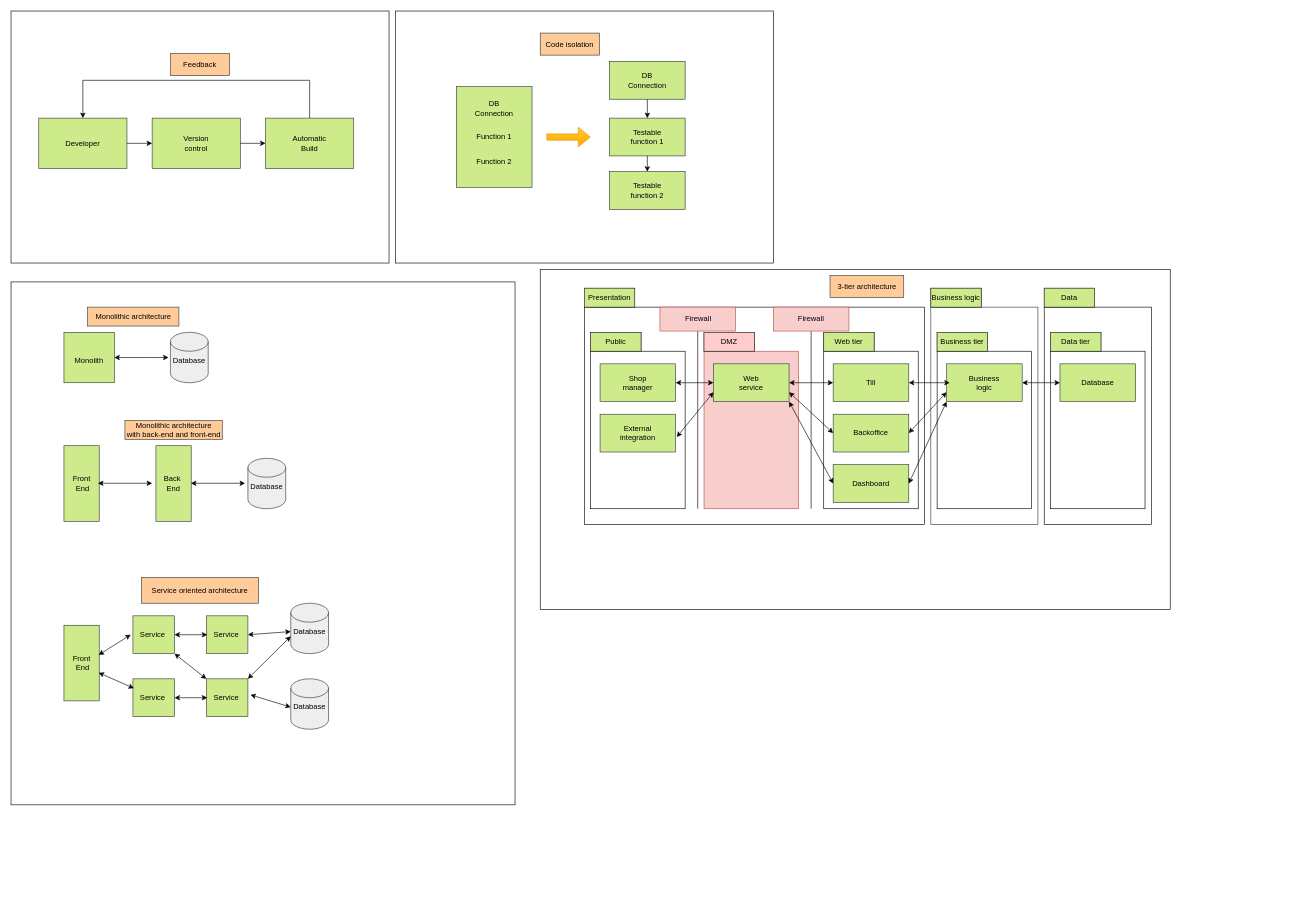
This is Oppari/OppariKuvat.drawio from Tukkapollo/CBEMasterProgram, a draw.io file, before an edit. Source tidied: cells renumbered, new cells numbered last; positions are measured from the earlier drawing's top-left corner, leaving out a move shared by most shapes. Both pictures are drawn from the tidied source at 63%, with x=0, y=0 at pixel (11, 11).
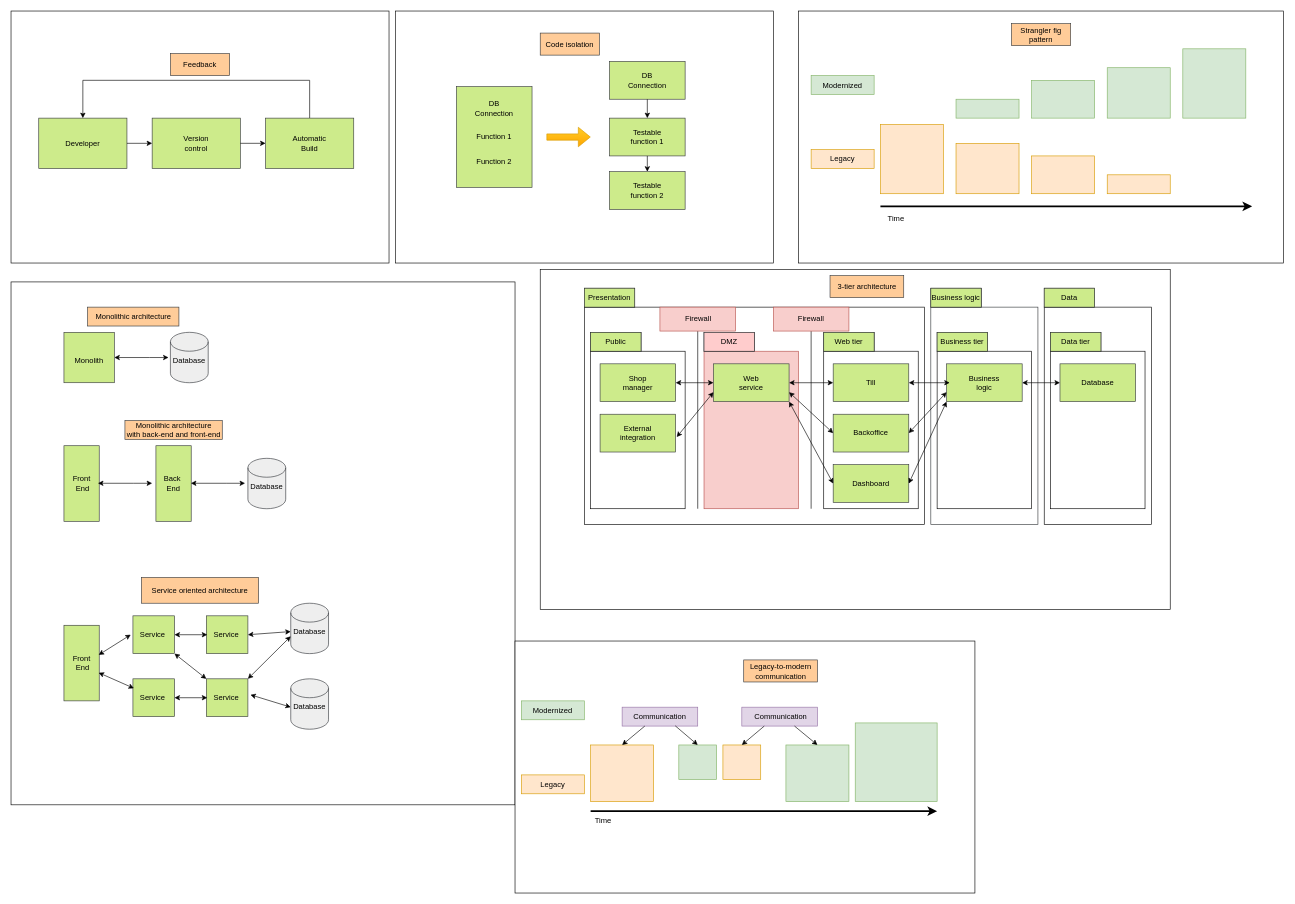
Above is the later version.

Commit message (it also covers changes not shown here):
actual decent progress

Diff of the diagram source:
```diff
@@
+    <mxCell id="129" style="rounded=0;whiteSpace=wrap;html=1;" parent="1" vertex="1">
+      <mxGeometry x="1250" width="770" height="400" as="geometry" />
+    </mxCell>
+    <mxCell id="130" style="rounded=0;whiteSpace=wrap;html=1;fillColor=#ffcc99;strokeColor=#36393d;" parent="1" vertex="1">
+      <mxGeometry x="1588" y="20" width="94" height="35" as="geometry" />
+    </mxCell>
+    <mxCell id="131" value="Strangler fig pattern" style="text;strokeColor=none;align=center;fillColor=none;html=1;verticalAlign=middle;whiteSpace=wrap;rounded=0;" parent="1" vertex="1">
+      <mxGeometry x="1595" y="22.5" width="80" height="30" as="geometry" />
+    </mxCell>
+    <mxCell id="132" style="rounded=0;whiteSpace=wrap;html=1;fillColor=#ffe6cc;strokeColor=#d79b00;" parent="1" vertex="1">
+      <mxGeometry x="1380" y="180" width="100" height="110" as="geometry" />
+    </mxCell>
+    <mxCell id="133" style="rounded=0;whiteSpace=wrap;html=1;fillColor=#ffe6cc;strokeColor=#d79b00;" parent="1" vertex="1">
+      <mxGeometry x="1500" y="210" width="100" height="80" as="geometry" />
+    </mxCell>
+    <mxCell id="134" style="rounded=0;whiteSpace=wrap;html=1;fillColor=#d5e8d4;strokeColor=#82b366;" parent="1" vertex="1">
+      <mxGeometry x="1500" y="140" width="100" height="30" as="geometry" />
+    </mxCell>
+    <mxCell id="135" style="rounded=0;whiteSpace=wrap;html=1;fillColor=#d5e8d4;strokeColor=#82b366;" parent="1" vertex="1">
+      <mxGeometry x="1620" y="110" width="100" height="60" as="geometry" />
+    </mxCell>
+    <mxCell id="136" style="rounded=0;whiteSpace=wrap;html=1;fillColor=#ffe6cc;strokeColor=#d79b00;" parent="1" vertex="1">
+      <mxGeometry x="1620" y="230" width="100" height="60" as="geometry" />
+    </mxCell>
+    <mxCell id="137" style="rounded=0;whiteSpace=wrap;html=1;fillColor=#ffe6cc;strokeColor=#d79b00;" parent="1" vertex="1">
+      <mxGeometry x="1740" y="260" width="100" height="30" as="geometry" />
+    </mxCell>
+    <mxCell id="138" style="rounded=0;whiteSpace=wrap;html=1;fillColor=#d5e8d4;strokeColor=#82b366;" parent="1" vertex="1">
+      <mxGeometry x="1740" y="90" width="100" height="80" as="geometry" />
+    </mxCell>
+    <mxCell id="139" style="rounded=0;whiteSpace=wrap;html=1;fillColor=#d5e8d4;strokeColor=#82b366;" parent="1" vertex="1">
+      <mxGeometry x="1860" y="60" width="100" height="110" as="geometry" />
+    </mxCell>
+    <mxCell id="140" style="endArrow=classic;html=1;rounded=0;exitX=0;exitY=1;exitDx=0;exitDy=0;entryX=1;entryY=1;entryDx=0;entryDy=0;strokeWidth=3;" parent="1" edge="1">
+      <mxGeometry relative="1" as="geometry">
+        <mxPoint x="1380" y="310" as="sourcePoint" />
+        <mxPoint x="1970" y="310" as="targetPoint" />
+      </mxGeometry>
+    </mxCell>
+    <mxCell id="141" value="Time" style="text;strokeColor=none;align=center;fillColor=none;html=1;verticalAlign=middle;whiteSpace=wrap;rounded=0;" parent="1" vertex="1">
+      <mxGeometry x="1375" y="315" width="60" height="30" as="geometry" />
+    </mxCell>
+    <mxCell id="142" style="rounded=0;whiteSpace=wrap;html=1;fillColor=#d5e8d4;strokeColor=#82b366;" parent="1" vertex="1">
+      <mxGeometry x="1270" y="102.5" width="100" height="30" as="geometry" />
+    </mxCell>
+    <mxCell id="143" style="rounded=0;whiteSpace=wrap;html=1;fillColor=#ffe6cc;strokeColor=#d79b00;" parent="1" vertex="1">
+      <mxGeometry x="1270" y="220" width="100" height="30" as="geometry" />
+    </mxCell>
+    <mxCell id="144" value="Modernized" style="text;strokeColor=none;align=center;fillColor=none;html=1;verticalAlign=middle;whiteSpace=wrap;rounded=0;" parent="1" vertex="1">
+      <mxGeometry x="1280" y="102.5" width="80" height="30" as="geometry" />
+    </mxCell>
+    <mxCell id="145" value="Legacy" style="text;strokeColor=none;align=center;fillColor=none;html=1;verticalAlign=middle;whiteSpace=wrap;rounded=0;" parent="1" vertex="1">
+      <mxGeometry x="1280" y="220" width="80" height="30" as="geometry" />
+    </mxCell>
+    <mxCell id="146" style="rounded=0;whiteSpace=wrap;html=1;" parent="1" vertex="1">
+      <mxGeometry x="800" y="1000" width="730" height="400" as="geometry" />
+    </mxCell>
+    <mxCell id="147" style="rounded=0;whiteSpace=wrap;html=1;fillColor=#ffe6cc;strokeColor=#d79b00;" parent="1" vertex="1">
+      <mxGeometry x="920" y="1165" width="100" height="90" as="geometry" />
+    </mxCell>
+    <mxCell id="148" style="rounded=0;whiteSpace=wrap;html=1;fillColor=#d5e8d4;strokeColor=#82b366;" parent="1" vertex="1">
+      <mxGeometry x="1230" y="1165" width="100" height="90" as="geometry" />
+    </mxCell>
+    <mxCell id="149" style="rounded=0;whiteSpace=wrap;html=1;fillColor=#d5e8d4;strokeColor=#82b366;" parent="1" vertex="1">
+      <mxGeometry x="1060" y="1165" width="60" height="55" as="geometry" />
+    </mxCell>
+    <mxCell id="150" style="rounded=0;whiteSpace=wrap;html=1;fillColor=#ffe6cc;strokeColor=#d79b00;" parent="1" vertex="1">
+      <mxGeometry x="1130" y="1165" width="60" height="55" as="geometry" />
+    </mxCell>
+    <mxCell id="151" style="rounded=0;whiteSpace=wrap;html=1;fillColor=#d5e8d4;strokeColor=#82b366;" parent="1" vertex="1">
+      <mxGeometry x="1340" y="1130" width="130" height="125" as="geometry" />
+    </mxCell>
+    <mxCell id="152" style="rounded=0;whiteSpace=wrap;html=1;fillColor=#e1d5e7;strokeColor=#9673a6;" parent="1" vertex="1">
+      <mxGeometry x="970" y="1105" width="120" height="30" as="geometry" />
+    </mxCell>
+    <mxCell id="153" style="rounded=0;whiteSpace=wrap;html=1;fillColor=#e1d5e7;strokeColor=#9673a6;" parent="1" vertex="1">
+      <mxGeometry x="1160" y="1105" width="120" height="30" as="geometry" />
+    </mxCell>
+    <mxCell id="154" style="endArrow=classic;html=1;rounded=0;exitX=0.3;exitY=1;exitDx=0;exitDy=0;exitPerimeter=0;entryX=0.5;entryY=0;entryDx=0;entryDy=0;" parent="1" edge="1" source="152" target="147">
+      <mxGeometry relative="1" as="geometry" />
+    </mxCell>
+    <mxCell id="155" style="endArrow=classic;html=1;rounded=0;entryX=0.5;entryY=0;entryDx=0;entryDy=0;exitX=0.703;exitY=0.987;exitDx=0;exitDy=0;exitPerimeter=0;" parent="1" edge="1" source="152" target="149">
+      <mxGeometry relative="1" as="geometry" />
+    </mxCell>
+    <mxCell id="156" style="endArrow=classic;html=1;rounded=0;exitX=0.297;exitY=1;exitDx=0;exitDy=0;entryX=0.5;entryY=0;entryDx=0;entryDy=0;exitPerimeter=0;" parent="1" edge="1" source="153" target="150">
+      <mxGeometry relative="1" as="geometry" />
+    </mxCell>
+    <mxCell id="157" style="endArrow=classic;html=1;rounded=0;exitX=0.697;exitY=1;exitDx=0;exitDy=0;exitPerimeter=0;entryX=0.5;entryY=0;entryDx=0;entryDy=0;" parent="1" edge="1" source="153" target="148">
+      <mxGeometry relative="1" as="geometry" />
+    </mxCell>
+    <mxCell id="158" style="rounded=0;whiteSpace=wrap;html=1;fillColor=#ffcc99;strokeColor=#36393d;" parent="1" vertex="1">
+      <mxGeometry x="1163" y="1030" width="117" height="35" as="geometry" />
+    </mxCell>
+    <mxCell id="159" value="Legacy-to-modern communication" style="text;strokeColor=none;align=center;fillColor=none;html=1;verticalAlign=middle;whiteSpace=wrap;rounded=0;" parent="1" vertex="1">
+      <mxGeometry x="1171.5" y="1032.5" width="100" height="30" as="geometry" />
+    </mxCell>
+    <mxCell id="160" style="endArrow=classic;html=1;rounded=0;exitX=0;exitY=0;exitDx=0;exitDy=0;strokeWidth=3;" parent="1" edge="1">
+      <mxGeometry relative="1" as="geometry">
+        <mxPoint x="920" y="1270" as="sourcePoint" />
+        <mxPoint x="1470" y="1270" as="targetPoint" />
+      </mxGeometry>
+    </mxCell>
+    <mxCell id="161" value="Time" style="text;strokeColor=none;align=center;fillColor=none;html=1;verticalAlign=middle;whiteSpace=wrap;rounded=0;" parent="1" vertex="1">
+      <mxGeometry x="910" y="1270" width="60" height="30" as="geometry" />
+    </mxCell>
+    <mxCell id="162" style="rounded=0;whiteSpace=wrap;html=1;fillColor=#d5e8d4;strokeColor=#82b366;" parent="1" vertex="1">
+      <mxGeometry x="810" y="1095" width="100" height="30" as="geometry" />
+    </mxCell>
+    <mxCell id="163" style="rounded=0;whiteSpace=wrap;html=1;fillColor=#ffe6cc;strokeColor=#d79b00;" parent="1" vertex="1">
+      <mxGeometry x="810" y="1212.5" width="100" height="30" as="geometry" />
+    </mxCell>
+    <mxCell id="164" value="Modernized" style="text;strokeColor=none;align=center;fillColor=none;html=1;verticalAlign=middle;whiteSpace=wrap;rounded=0;" parent="1" vertex="1">
+      <mxGeometry x="820" y="1095" width="80" height="30" as="geometry" />
+    </mxCell>
+    <mxCell id="165" value="Legacy" style="text;strokeColor=none;align=center;fillColor=none;html=1;verticalAlign=middle;whiteSpace=wrap;rounded=0;" parent="1" vertex="1">
+      <mxGeometry x="820" y="1212.5" width="80" height="30" as="geometry" />
+    </mxCell>
+    <mxCell id="166" value="Communication" style="text;strokeColor=none;align=center;fillColor=none;html=1;verticalAlign=middle;whiteSpace=wrap;rounded=0;" parent="1" vertex="1">
+      <mxGeometry x="995" y="1105" width="70" height="30" as="geometry" />
+    </mxCell>
+    <mxCell id="167" value="Communication" style="text;strokeColor=none;align=center;fillColor=none;html=1;verticalAlign=middle;whiteSpace=wrap;rounded=0;" parent="1" vertex="1">
+      <mxGeometry x="1186.5" y="1105" width="70" height="30" as="geometry" />
+    </mxCell>
```
